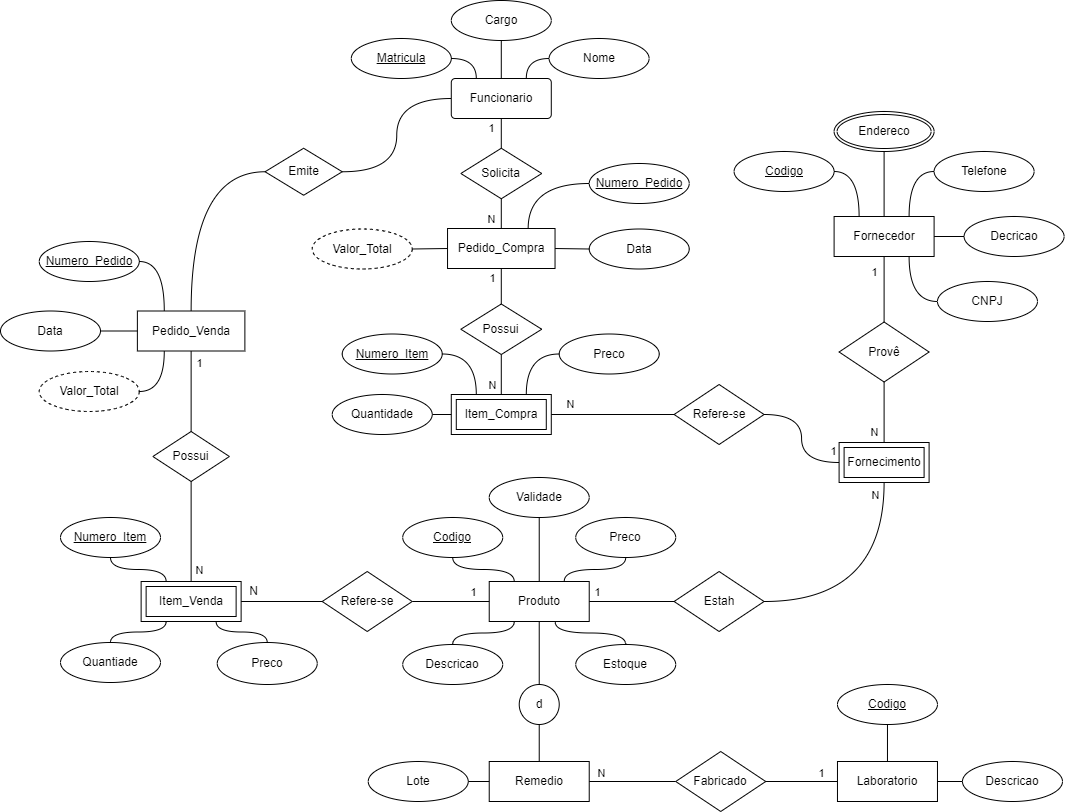
Above: docs/images/mer.png in ICEI-PUCMinas-PSG-SI-TI/psg-si-2025-1-p3-tiapn-6818100-farmacia-popular (draw.io), before the change. Source tidied: cells renumbered, new cells last; positions are measured from the earlier drawing's top-left corner, leaving out a move shared by most shapes.
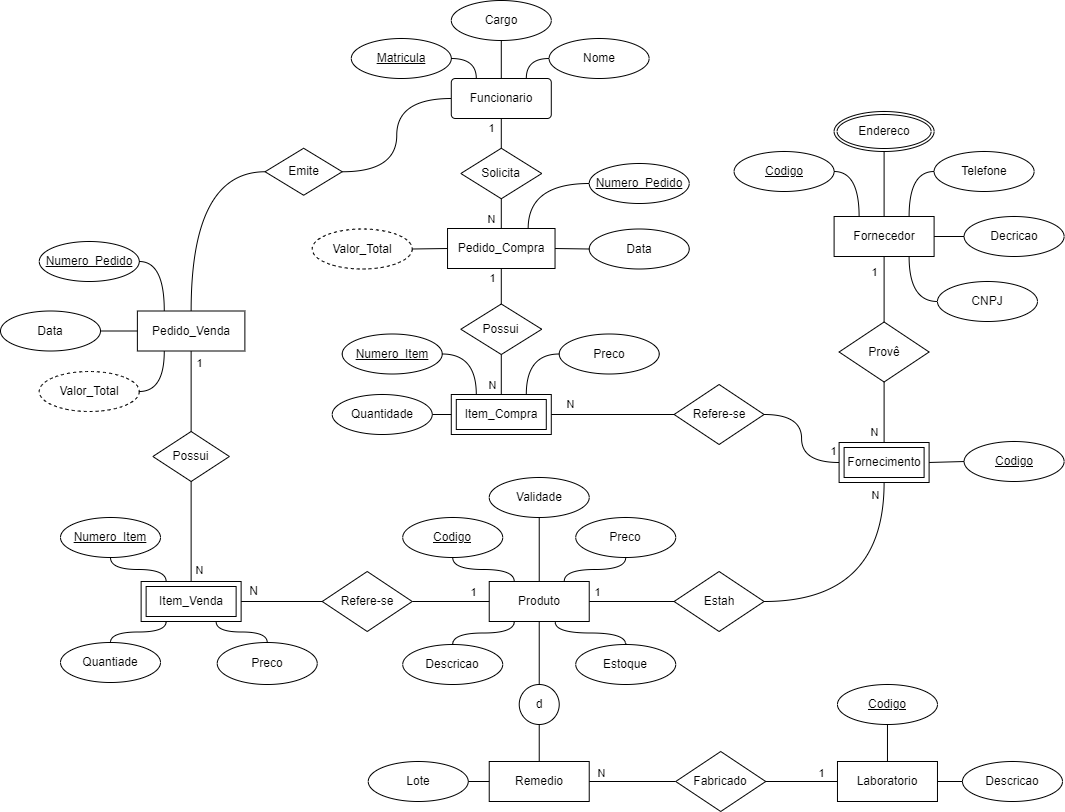
After the commit.

The edit, as a diff of the source:
```diff
@@ -370,5 +370,11 @@
     <mxCell id="113" style="endArrow=none;html=1;rounded=0;entryX=0;entryY=0.5;entryDx=0;entryDy=0;exitX=0.75;exitY=1;exitDx=0;exitDy=0;edgeStyle=orthogonalEdgeStyle;curved=1;" parent="1" edge="1" source="35" target="112">
       <mxGeometry relative="1" as="geometry" />
     </mxCell>
+    <mxCell id="114" value="Codigo" style="ellipse;whiteSpace=wrap;html=1;align=center;fontStyle=4;" parent="1" vertex="1">
+      <mxGeometry x="963.6" y="441" width="100" height="40" as="geometry" />
+    </mxCell>
+    <mxCell id="115" style="endArrow=none;html=1;rounded=0;entryX=0;entryY=0.5;entryDx=0;entryDy=0;exitX=1;exitY=0.5;exitDx=0;exitDy=0;" parent="1" edge="1" source="43" target="114">
+      <mxGeometry relative="1" as="geometry" />
+    </mxCell>
   </root>
 </mxGraphModel>
```
